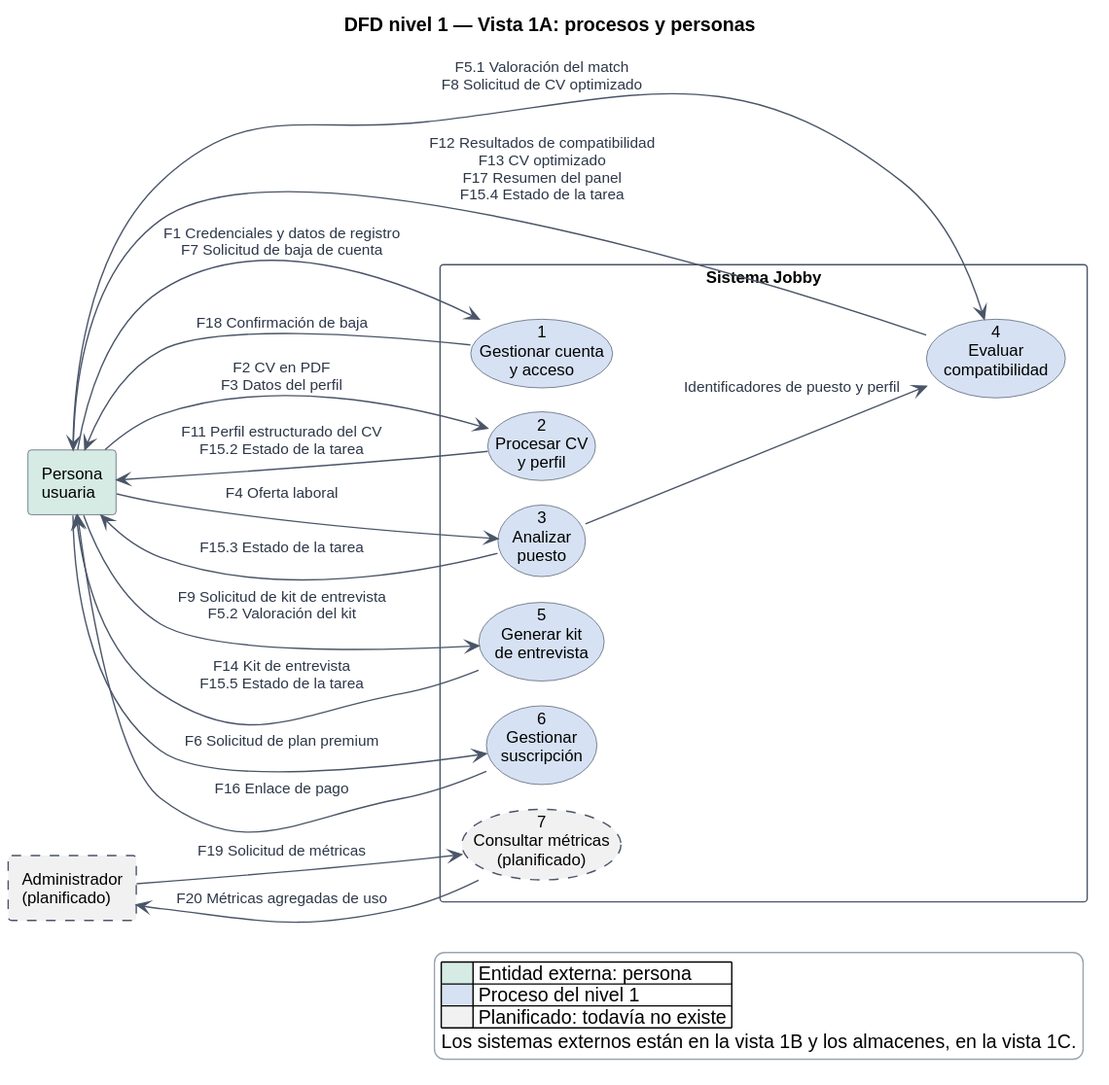
This is docs/diagramas/dfd-nivel-1-vista-a.svg from Buatishi/Jobby, a PlantUML export, as it was before one commit. Source of this version:
```plantuml
@startuml
!pragma layout smetana
left to right direction
skinparam shadowing false
skinparam defaultFontName Arial
skinparam defaultFontSize 12
skinparam ArrowColor #4A5568
skinparam ArrowFontSize 11
skinparam ArrowFontColor #2D3748
skinparam RectangleBorderColor #4A5568
skinparam UsecaseBorderColor #4A5568
skinparam legendBackgroundColor #FFFFFF
skinparam legendBorderColor #9AA5B1

title DFD nivel 1 — Vista 1A: procesos y personas

rectangle "Persona\nusuaria" as U #D5EBE3
rectangle "Administrador\n(planificado)" as A #F1F1F1;line.dashed

rectangle "Sistema Jobby" as SIS #FFFFFF {
  usecase "1\nGestionar cuenta\ny acceso" as P1 #D6E2F3
  usecase "2\nProcesar CV\ny perfil" as P2 #D6E2F3
  usecase "3\nAnalizar\npuesto" as P3 #D6E2F3
  usecase "4\nEvaluar\ncompatibilidad" as P4 #D6E2F3
  usecase "5\nGenerar kit\nde entrevista" as P5 #D6E2F3
  usecase "6\nGestionar\nsuscripción" as P6 #D6E2F3
  usecase "7\nConsultar métricas\n(planificado)" as P7 #F1F1F1;line.dashed
}

U --> P1 : F1 Credenciales y datos de registro\nF7 Solicitud de baja de cuenta
U <-- P1 : F18 Confirmación de baja
U --> P2 : F2 CV en PDF\nF3 Datos del perfil
U <-- P2 : F11 Perfil estructurado del CV\nF15.2 Estado de la tarea
U --> P3 : F4 Oferta laboral
U <-- P3 : F15.3 Estado de la tarea
P3 --> P4 : Identificadores de puesto y perfil
U --> P4 : F5.1 Valoración del match\nF8 Solicitud de CV optimizado
U <-- P4 : F12 Resultados de compatibilidad\nF13 CV optimizado\nF17 Resumen del panel\nF15.4 Estado de la tarea
U --> P5 : F9 Solicitud de kit de entrevista\nF5.2 Valoración del kit
U <-- P5 : F14 Kit de entrevista\nF15.5 Estado de la tarea
U --> P6 : F6 Solicitud de plan premium
U <-- P6 : F16 Enlace de pago
A --> P7 : F19 Solicitud de métricas
A <-- P7 : F20 Métricas agregadas de uso

legend right
  |<#D5EBE3>      | Entidad externa: persona |
  |<#D6E2F3>      | Proceso del nivel 1 |
  |<#F1F1F1>      | Planificado: todavía no existe |
  Los sistemas externos están en la vista 1B y los almacenes, en la vista 1C.
endlegend
@enduml
```
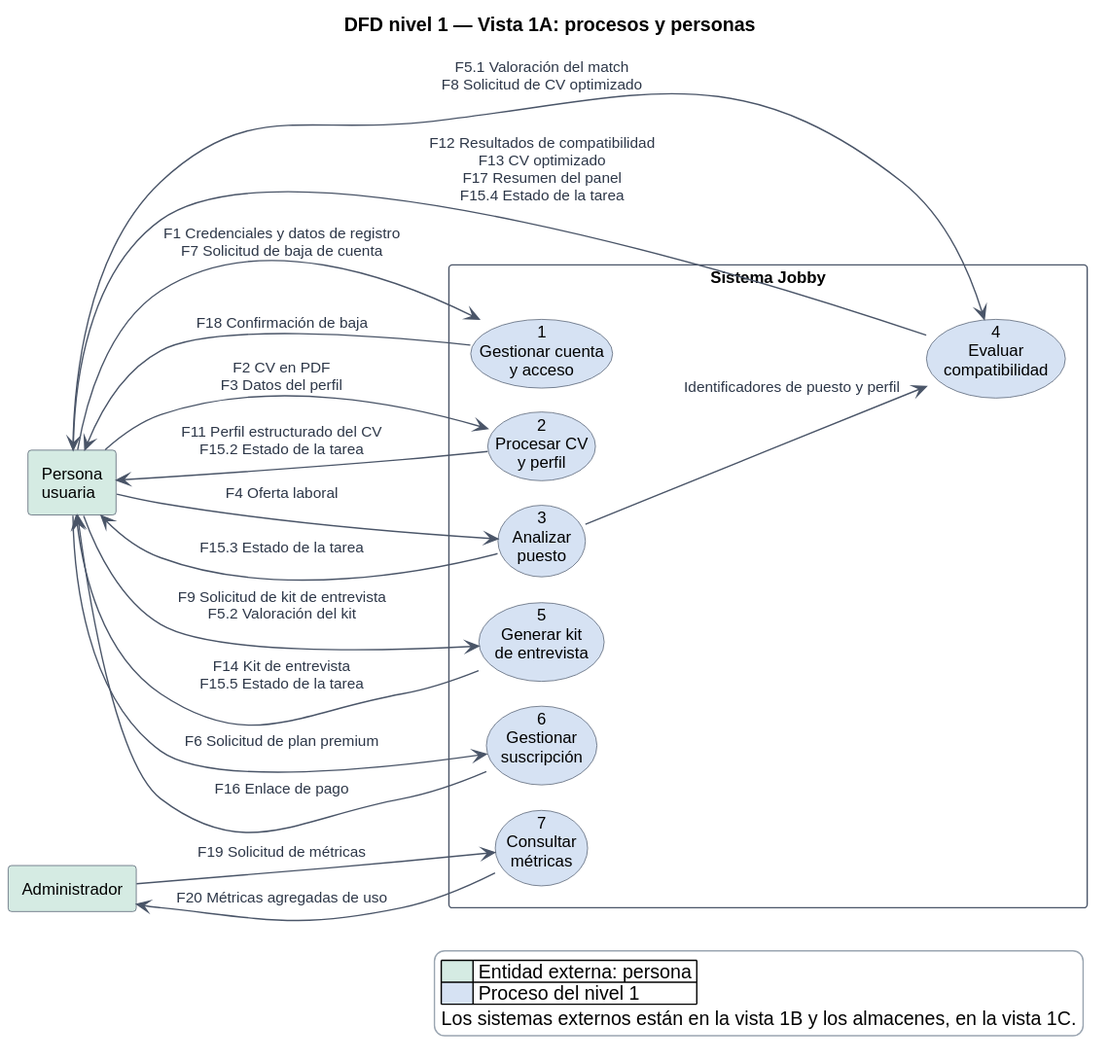
Later version of the same file.

Diff of the diagram source:
```diff
@@ -15,7 +15,7 @@
 title DFD nivel 1 — Vista 1A: procesos y personas
 
 rectangle "Persona\nusuaria" as U #D5EBE3
-rectangle "Administrador\n(planificado)" as A #F1F1F1;line.dashed
+rectangle "Administrador" as A #D5EBE3
 
 rectangle "Sistema Jobby" as SIS #FFFFFF {
   usecase "1\nGestionar cuenta\ny acceso" as P1 #D6E2F3
@@ -24,7 +24,7 @@
   usecase "4\nEvaluar\ncompatibilidad" as P4 #D6E2F3
   usecase "5\nGenerar kit\nde entrevista" as P5 #D6E2F3
   usecase "6\nGestionar\nsuscripción" as P6 #D6E2F3
-  usecase "7\nConsultar métricas\n(planificado)" as P7 #F1F1F1;line.dashed
+  usecase "7\nConsultar\nmétricas" as P7 #D6E2F3
 }
 
 U --> P1 : F1 Credenciales y datos de registro\nF7 Solicitud de baja de cuenta
@@ -46,7 +46,6 @@
 legend right
   |<#D5EBE3>      | Entidad externa: persona |
   |<#D6E2F3>      | Proceso del nivel 1 |
-  |<#F1F1F1>      | Planificado: todavía no existe |
   Los sistemas externos están en la vista 1B y los almacenes, en la vista 1C.
 endlegend
 @enduml
```
